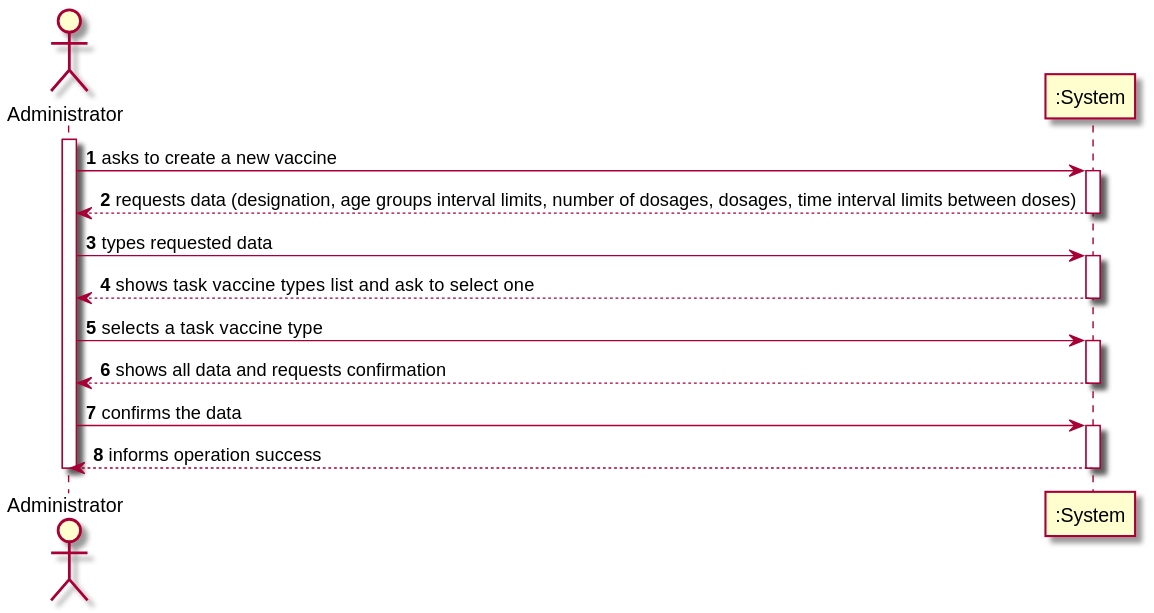
Before: docs/SprintB/US13/SSD/US13_SSD.svg, a diagram exported from PlantUML (miseEnPlace-i/lapr2).
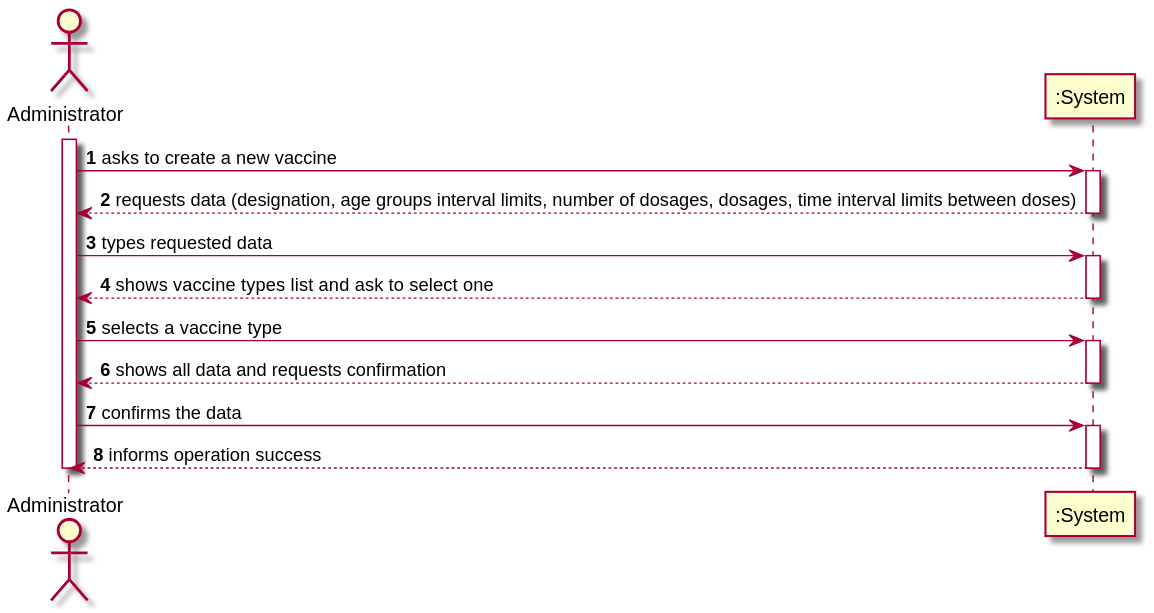
The same diagram one commit later.

Commit message:
docs(US13): update SSD (needs review)

What changed in the source:
```diff
@@ -10,10 +10,10 @@
 
 OE -> ":System" : types requested data
 activate ":System"
-":System" --> OE : shows task vaccine types list and ask to select one
+":System" --> OE : shows vaccine types list and ask to select one
 deactivate ":System"
 
-OE -> ":System" : selects a task vaccine type
+OE -> ":System" : selects a vaccine type
 activate ":System"
 ":System" --> OE : shows all data and requests confirmation
 deactivate ":System"
```
